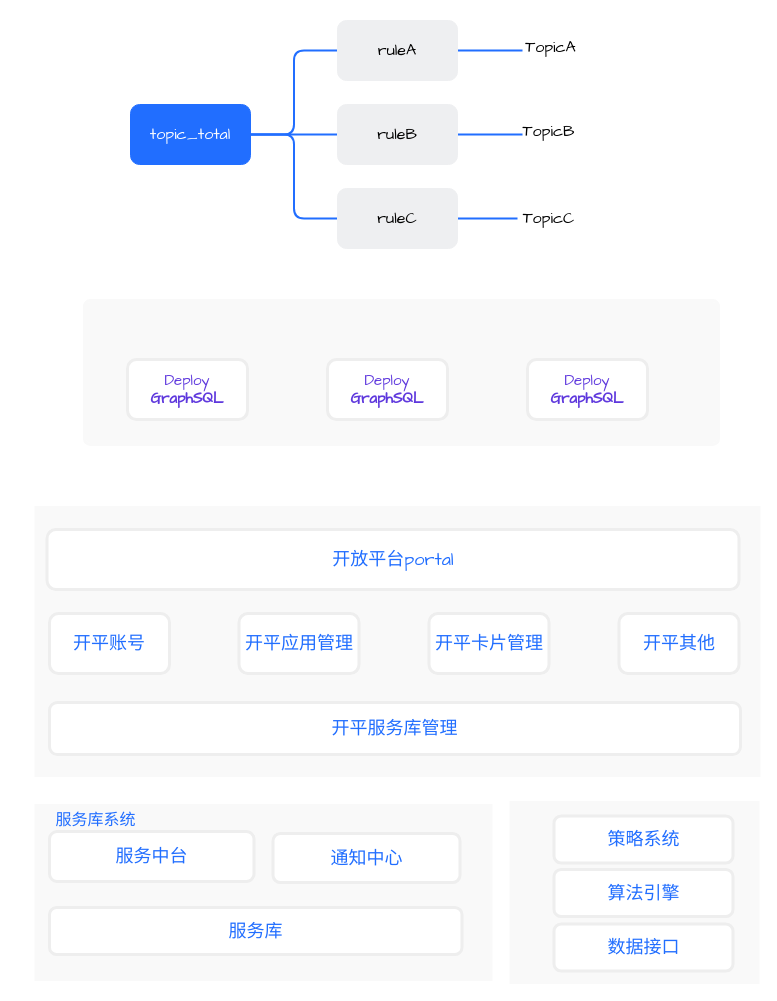
The draw.io diagram trigger_action.drawio in 2pc/mydrawio, before the edit. Source tidied: cells renumbered, new cells numbered last; positions are measured from the earlier drawing's top-left corner, leaving out a move shared by most shapes. Both pictures are drawn from the tidied source at 100%, with x=0, y=0 at pixel (17, 20).
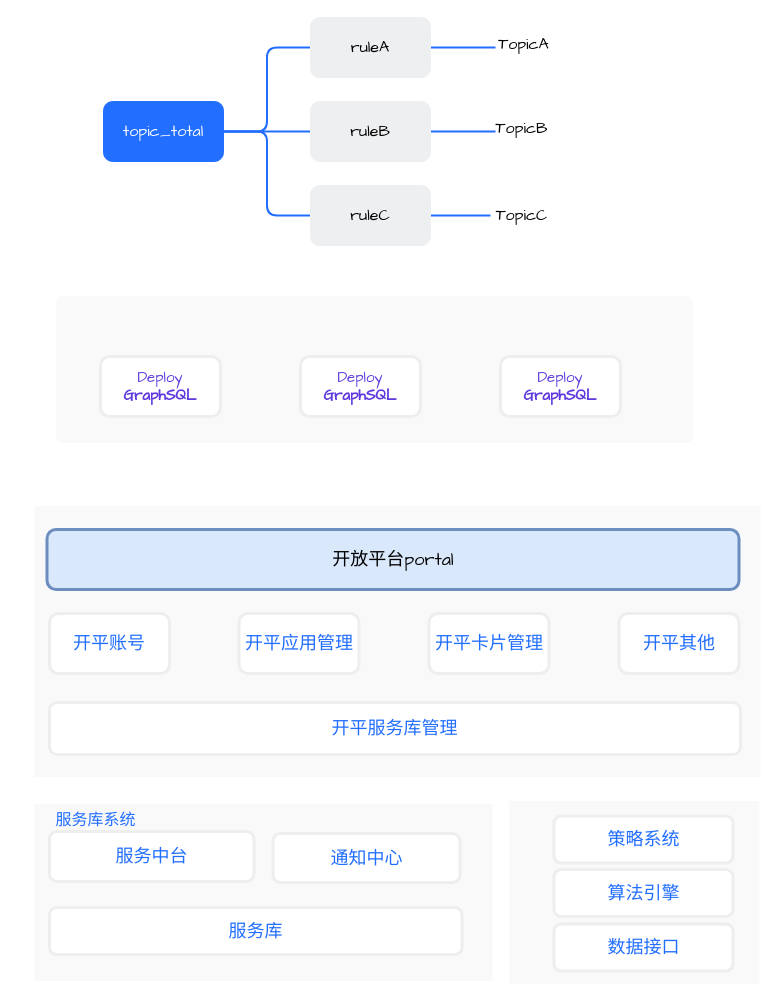
The same diagram, later.

Diff of the diagram source:
```diff
@@
     <mxCell id="2" style="rounded=1;whiteSpace=wrap;html=1;fillColor=#F9F9F9;arcSize=4;shadow=0;strokeWidth=3;strokeColor=#F9F9F9;" parent="1" vertex="1">
-      <mxGeometry x="67" y="280" width="634" height="144" as="geometry" />
+      <mxGeometry x="40" y="277" width="634" height="144" as="geometry" />
     </mxCell>
     <mxCell id="3" value="&lt;font style=&quot;font-size: 15px&quot; face=&quot;Comic Sans MS&quot;&gt;&lt;span&gt;&lt;span&gt;&lt;span style=&quot;font-weight: normal&quot;&gt;Deploy&lt;/span&gt;&lt;br&gt;GraphSQL&lt;br&gt;&lt;/span&gt;&lt;/span&gt;&lt;/font&gt;" style="rounded=1;whiteSpace=wrap;html=1;shadow=0;strokeWidth=3;fillColor=#FFFFFF;strokeColor=#EEEEEE;fontColor=#5F39DD;fontStyle=1;gradientColor=#ffffff;" parent="1" vertex="1">
-      <mxGeometry x="110" y="339" width="120" height="60" as="geometry" />
+      <mxGeometry x="83" y="336" width="120" height="60" as="geometry" />
     </mxCell>
     <mxCell id="4" value="&lt;font style=&quot;font-size: 15px&quot; face=&quot;Comic Sans MS&quot;&gt;&lt;span&gt;&lt;span&gt;&lt;span style=&quot;font-weight: normal&quot;&gt;Deploy&lt;/span&gt;&lt;br&gt;GraphSQL&lt;br&gt;&lt;/span&gt;&lt;/span&gt;&lt;/font&gt;" style="rounded=1;whiteSpace=wrap;html=1;shadow=0;strokeWidth=3;fillColor=#FFFFFF;strokeColor=#EEEEEE;fontColor=#5F39DD;fontStyle=1;gradientColor=#ffffff;" parent="1" vertex="1">
-      <mxGeometry x="310" y="339" width="120" height="60" as="geometry" />
+      <mxGeometry x="283" y="336" width="120" height="60" as="geometry" />
     </mxCell>
     <mxCell id="5" value="&lt;font style=&quot;font-size: 15px&quot; face=&quot;Comic Sans MS&quot;&gt;&lt;span&gt;&lt;span&gt;&lt;span style=&quot;font-weight: normal&quot;&gt;Deploy&lt;/span&gt;&lt;br&gt;GraphSQL&lt;br&gt;&lt;/span&gt;&lt;/span&gt;&lt;/font&gt;" style="rounded=1;whiteSpace=wrap;html=1;shadow=0;strokeWidth=3;fillColor=#FFFFFF;strokeColor=#EEEEEE;fontColor=#5F39DD;fontStyle=1;gradientColor=#ffffff;" parent="1" vertex="1">
-      <mxGeometry x="510" y="339" width="120" height="60" as="geometry" />
+      <mxGeometry x="483" y="336" width="120" height="60" as="geometry" />
     </mxCell>
@@
     <mxCell id="9" value="&lt;font color=&quot;#ffffff&quot; style=&quot;font-size: 16px&quot; face=&quot;Comic Sans MS&quot;&gt;topic_total&lt;/font&gt;" style="rounded=1;whiteSpace=wrap;html=1;fillColor=#216EFF;strokeColor=#216EFF;" parent="1" vertex="1">
-      <mxGeometry x="113" y="84" width="120" height="60" as="geometry" />
+      <mxGeometry x="86" y="81" width="120" height="60" as="geometry" />
     </mxCell>
     <mxCell id="10" style="edgeStyle=orthogonalEdgeStyle;rounded=1;jettySize=auto;html=1;exitX=1;exitY=0.5;exitDx=0;exitDy=0;fontFamily=Comic Sans MS;fontSize=16;fontColor=#000000;strokeColor=#216EFF;strokeWidth=2;endArrow=none;endFill=0;" parent="1" edge="1" source="11">
       <mxGeometry relative="1" as="geometry">
-        <mxPoint x="505" y="30" as="targetPoint" />
+        <mxPoint x="478" y="27" as="targetPoint" />
       </mxGeometry>
     </mxCell>
     <mxCell id="11" value="&lt;font style=&quot;font-size: 16px&quot; face=&quot;Comic Sans MS&quot;&gt;ruleA&lt;/font&gt;" style="rounded=1;whiteSpace=wrap;html=1;fillColor=#EEEFF1;strokeColor=#EEEFF1;fontColor=#000000;" parent="1" vertex="1">
-      <mxGeometry x="320" width="120" height="60" as="geometry" />
+      <mxGeometry x="293" y="-3" width="120" height="60" as="geometry" />
     </mxCell>
     <mxCell id="12" style="edgeStyle=orthogonalEdgeStyle;rounded=1;jettySize=auto;html=1;exitX=1;exitY=0.5;exitDx=0;exitDy=0;fontFamily=Comic Sans MS;fontSize=16;fontColor=#000000;strokeColor=#216EFF;strokeWidth=2;endArrow=none;endFill=0;" parent="1" edge="1" source="13">
       <mxGeometry relative="1" as="geometry">
-        <mxPoint x="505" y="114" as="targetPoint" />
+        <mxPoint x="478" y="111" as="targetPoint" />
       </mxGeometry>
     </mxCell>
     <mxCell id="13" value="&lt;font style=&quot;font-size: 16px&quot; face=&quot;Comic Sans MS&quot;&gt;ruleB&lt;/font&gt;" style="rounded=1;whiteSpace=wrap;html=1;fillColor=#EEEFF1;strokeColor=#EEEFF1;fontColor=#000000;" parent="1" vertex="1">
-      <mxGeometry x="320" y="84" width="120" height="60" as="geometry" />
+      <mxGeometry x="293" y="81" width="120" height="60" as="geometry" />
     </mxCell>
     <mxCell id="14" style="edgeStyle=orthogonalEdgeStyle;rounded=1;jettySize=auto;html=1;exitX=1;exitY=0.5;exitDx=0;exitDy=0;fontFamily=Comic Sans MS;fontSize=16;fontColor=#000000;strokeColor=#216EFF;strokeWidth=2;endArrow=none;endFill=0;" parent="1" edge="1" source="15">
       <mxGeometry relative="1" as="geometry">
-        <mxPoint x="500" y="198" as="targetPoint" />
+        <mxPoint x="473" y="195" as="targetPoint" />
       </mxGeometry>
     </mxCell>
     <mxCell id="15" value="&lt;font style=&quot;font-size: 16px&quot; face=&quot;Comic Sans MS&quot;&gt;ruleC&lt;/font&gt;" style="rounded=1;whiteSpace=wrap;html=1;fillColor=#EEEFF1;strokeColor=#EEEFF1;fontColor=#000000;" parent="1" vertex="1">
-      <mxGeometry x="320" y="168" width="120" height="60" as="geometry" />
+      <mxGeometry x="293" y="165" width="120" height="60" as="geometry" />
     </mxCell>
     <mxCell id="16" value="TopicA" style="text;html=1;align=center;verticalAlign=middle;strokeColor=none;fillColor=none;fontSize=16;fontFamily=Comic Sans MS;fontColor=#000000;" parent="1" vertex="1">
-      <mxGeometry x="502" y="15" width="62" height="23" as="geometry" />
+      <mxGeometry x="475" y="12" width="62" height="23" as="geometry" />
     </mxCell>
     <mxCell id="17" value="TopicB" style="text;html=1;align=center;verticalAlign=middle;strokeColor=none;fillColor=none;fontSize=16;fontFamily=Comic Sans MS;fontColor=#000000;" parent="1" vertex="1">
-      <mxGeometry x="500" y="99" width="61" height="23" as="geometry" />
+      <mxGeometry x="473" y="96" width="61" height="23" as="geometry" />
     </mxCell>
     <mxCell id="18" value="TopicC" style="text;html=1;align=center;verticalAlign=middle;strokeColor=none;fillColor=none;fontSize=16;fontFamily=Comic Sans MS;fontColor=#000000;" parent="1" vertex="1">
-      <mxGeometry x="501" y="186.5" width="60" height="23" as="geometry" />
+      <mxGeometry x="474" y="183.5" width="60" height="23" as="geometry" />
     </mxCell>
-    <mxCell id="19" style="html=1;rounded=0;shadow=0;glass=0;sketch=0;fontFamily=Comic Sans MS;fontSize=16;fontColor=#FFFFFF;strokeColor=#F9F9F9;strokeWidth=3;fillColor=#F9F9F9;" parent="1" vertex="1">
-      <mxGeometry x="18.5" y="487" width="723" height="268" as="geometry" />
-    </mxCell>
+    <mxCell id="35" style="html=1;rounded=0;shadow=0;glass=0;sketch=0;fontFamily=Comic Sans MS;fontSize=16;fontColor=#FFFFFF;strokeColor=#F9F9F9;strokeWidth=3;fillColor=#F9F9F9;" parent="1" vertex="1">
+      <mxGeometry x="18.5" y="487" width="723" height="268" as="geometry" />
+    </mxCell>
@@
-    <mxCell id="23" style="html=1;rounded=0;shadow=0;glass=0;sketch=0;fontFamily=Comic Sans MS;fontSize=16;fontColor=#FFFFFF;strokeColor=#F9F9F9;strokeWidth=3;fillColor=#F9F9F9;" parent="1" vertex="1">
-      <mxGeometry x="18.5" y="785" width="455" height="174" as="geometry" />
-    </mxCell>
+    <mxCell id="36" style="html=1;rounded=0;shadow=0;glass=0;sketch=0;fontFamily=Comic Sans MS;fontSize=16;fontColor=#FFFFFF;strokeColor=#F9F9F9;strokeWidth=3;fillColor=#F9F9F9;" parent="1" vertex="1">
+      <mxGeometry x="18.5" y="785" width="455" height="174" as="geometry" />
+    </mxCell>
@@
-    <mxCell id="27" value="开放平台portal" style="rounded=1;whiteSpace=wrap;html=1;shadow=0;glass=0;sketch=0;fontFamily=Comic Sans MS;fontSize=18;fontColor=#216EFF;strokeColor=#EEEEEE;strokeWidth=3;fillColor=#FFFFFF;fontStyle=0;align=center;" parent="1" vertex="1">
+    <mxCell id="27" value="开放平台portal" style="rounded=1;whiteSpace=wrap;html=1;shadow=0;glass=0;sketch=0;fontFamily=Comic Sans MS;fontSize=18;strokeColor=#6c8ebf;strokeWidth=3;fillColor=#dae8fc;fontStyle=0;align=center;" parent="1" vertex="1">
       <mxGeometry x="29.5" y="509" width="692" height="60" as="geometry" />
     </mxCell>
@@
-    <mxCell id="30" style="html=1;rounded=0;shadow=0;glass=0;sketch=0;fontFamily=Comic Sans MS;fontSize=16;fontColor=#FFFFFF;strokeColor=#F9F9F9;strokeWidth=3;fillColor=#F9F9F9;" parent="1" vertex="1">
-      <mxGeometry x="493.5" y="782" width="247" height="180" as="geometry" />
-    </mxCell>
+    <mxCell id="37" style="html=1;rounded=0;shadow=0;glass=0;sketch=0;fontFamily=Comic Sans MS;fontSize=16;fontColor=#FFFFFF;strokeColor=#F9F9F9;strokeWidth=3;fillColor=#F9F9F9;" parent="1" vertex="1">
+      <mxGeometry x="493.5" y="782" width="247" height="180" as="geometry" />
+    </mxCell>
```
